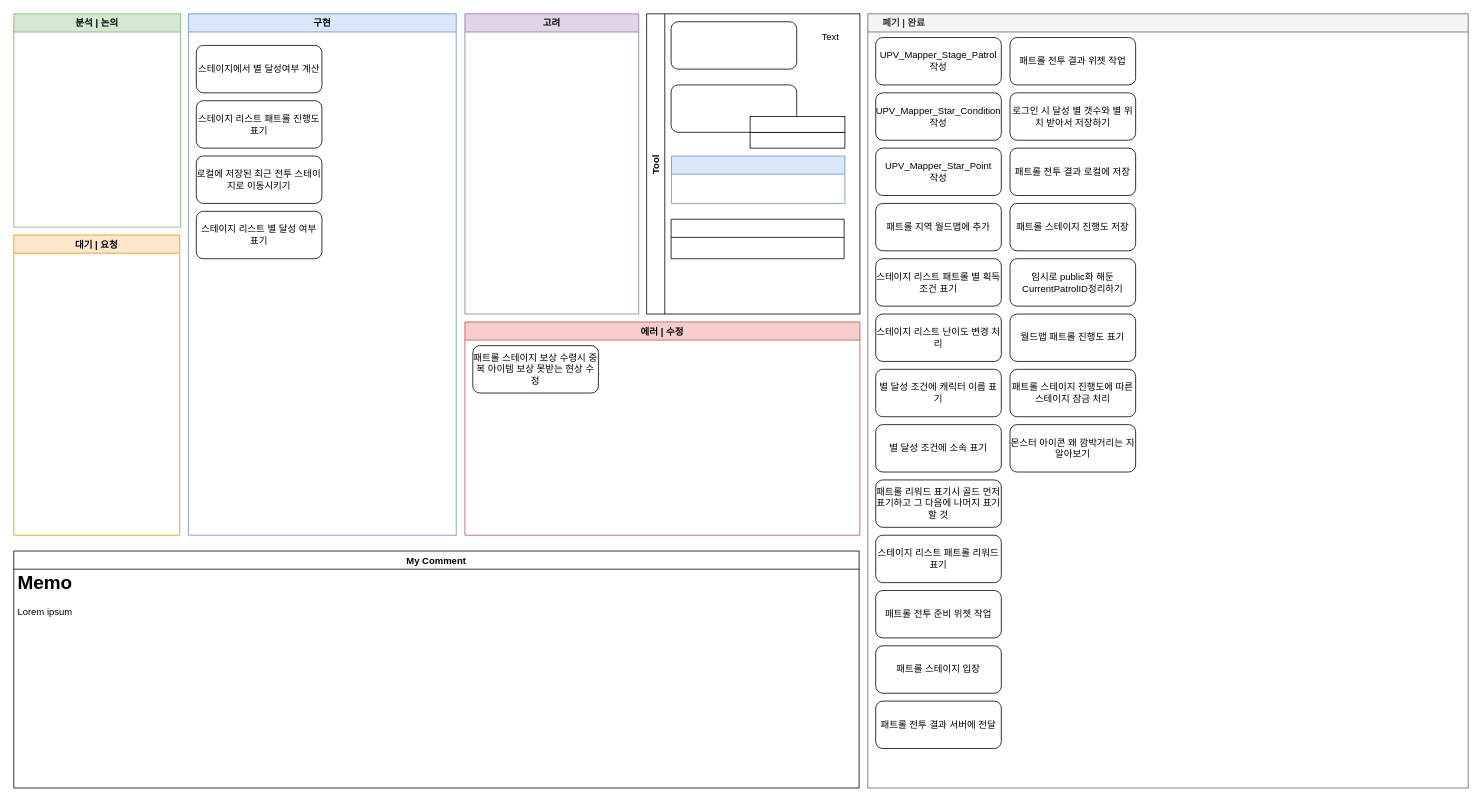
Above: 반복 스테이지 진행상황.drawio in Endorr/Job-Board (draw.io), before the change. Source tidied: cells renumbered, new cells numbered last; positions are measured from the earlier drawing's top-left corner, leaving out a move shared by most shapes. Both pictures are drawn from the tidied source at 79%, with x=0, y=0 at pixel (13, 13).
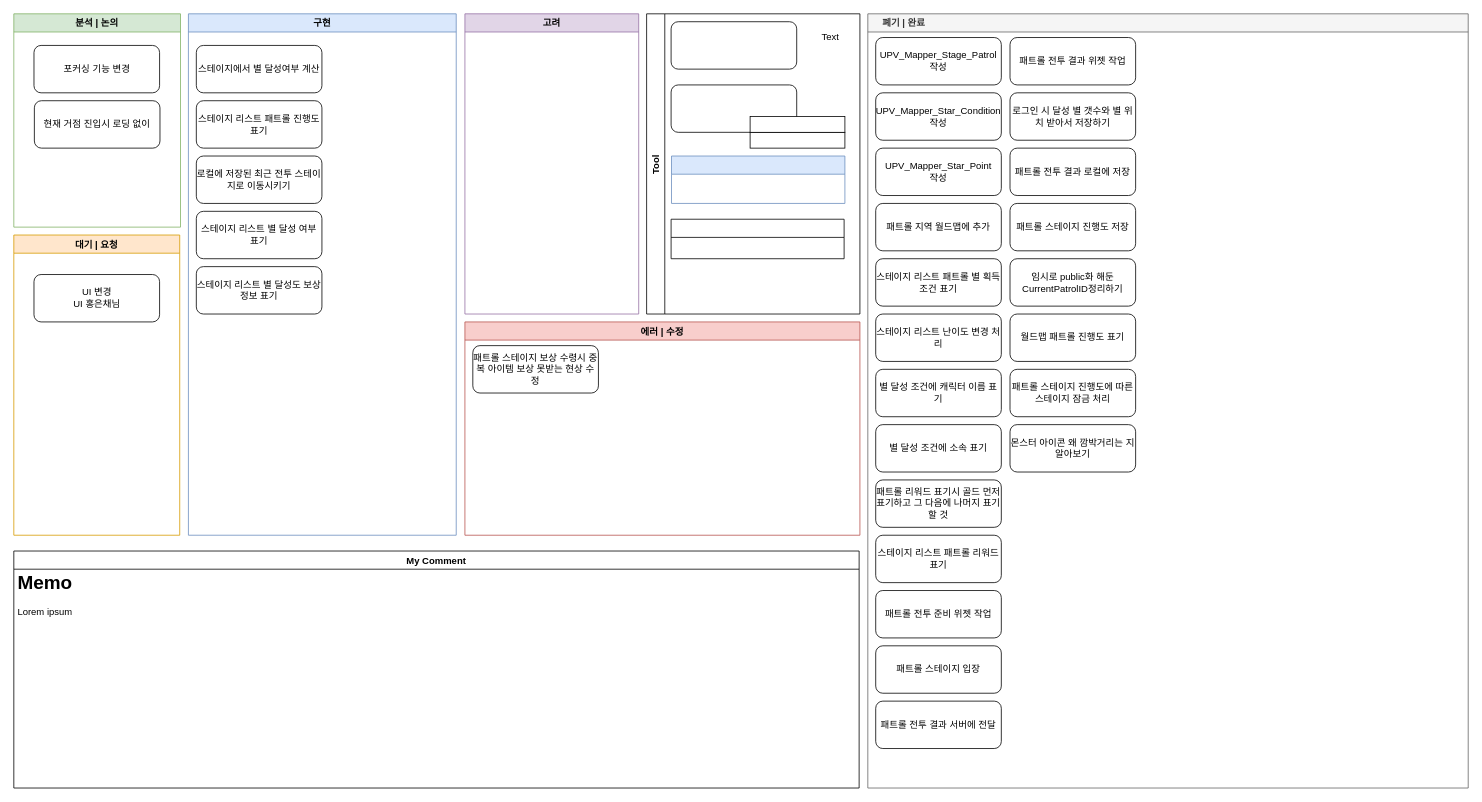
Above is the later version.

Commit message:
Update 반복 스테이지 진행상황.drawio

Unchanged cells that the change refers to:
```xml
<mxCell id="2" value="구현" style="swimlane;fillColor=#dae8fc;strokeColor=#6c8ebf;" parent="1" vertex="1">
  <mxGeometry x="221" width="339" height="660" as="geometry" />
</mxCell>
<mxCell id="7" value="분석 | 논의" style="swimlane;strokeColor=#82b366;fillColor=#D5E8D4;" parent="1" vertex="1">
  <mxGeometry width="211" height="270" as="geometry" />
</mxCell>
<mxCell id="9" value="대기 | 요청" style="swimlane;strokeColor=#d79b00;fillColor=#ffe6cc;" parent="1" vertex="1">
  <mxGeometry y="280" width="210" height="380" as="geometry" />
</mxCell>
```

Diff of the diagram source:
```diff
@@
+    <mxCell id="45" value="스테이지 리스트 별 달성도 보상 정보 표기" style="rounded=1;whiteSpace=wrap;html=1;" parent="2" vertex="1">
+      <mxGeometry x="10" y="320" width="159" height="60" as="geometry" />
+    </mxCell>
@@
+    <mxCell id="46" value="포커싱 기능 변경" style="rounded=1;whiteSpace=wrap;html=1;" parent="7" vertex="1">
+      <mxGeometry x="25.5" y="40" width="159" height="60" as="geometry" />
+    </mxCell>
+    <mxCell id="47" value="현재 거점 진입시 로딩 없이" style="rounded=1;whiteSpace=wrap;html=1;" parent="7" vertex="1">
+      <mxGeometry x="26" y="110" width="159" height="60" as="geometry" />
+    </mxCell>
@@
+    <mxCell id="48" value="UI 변경&lt;br&gt;UI 홍은채님" style="rounded=1;whiteSpace=wrap;html=1;" parent="9" vertex="1">
+      <mxGeometry x="25.5" y="50" width="159" height="60" as="geometry" />
+    </mxCell>
```
